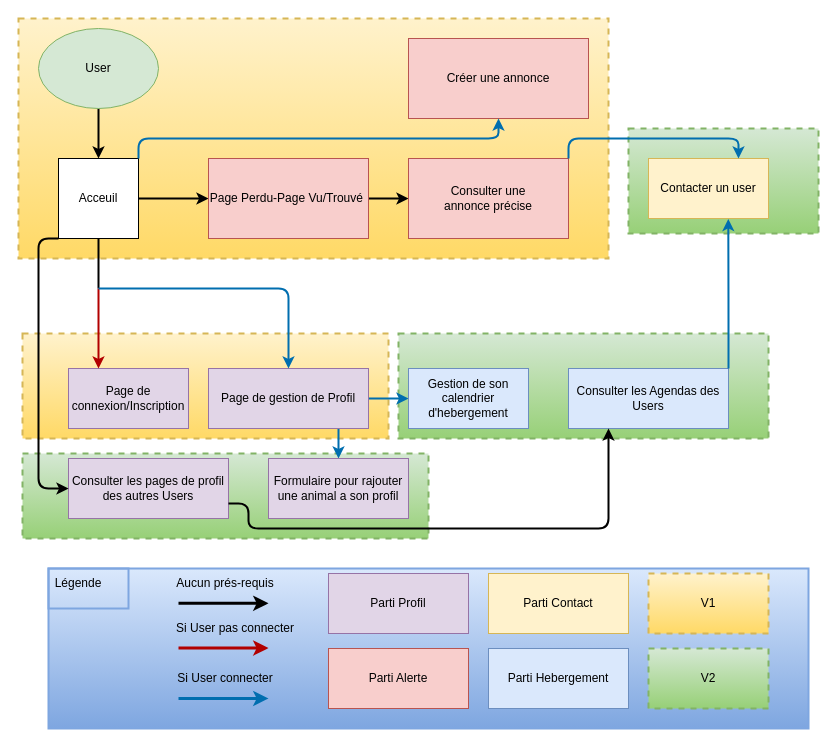
Before: assets/Untitled Diagram.drawio in herbetelem/Projet-3, a draw.io diagram. Source tidied: cells renumbered, new cells numbered last; positions are measured from the earlier drawing's top-left corner, leaving out a move shared by most shapes. Both pictures are drawn from the tidied source at 100%, with x=0, y=0 at pixel (18, 18).
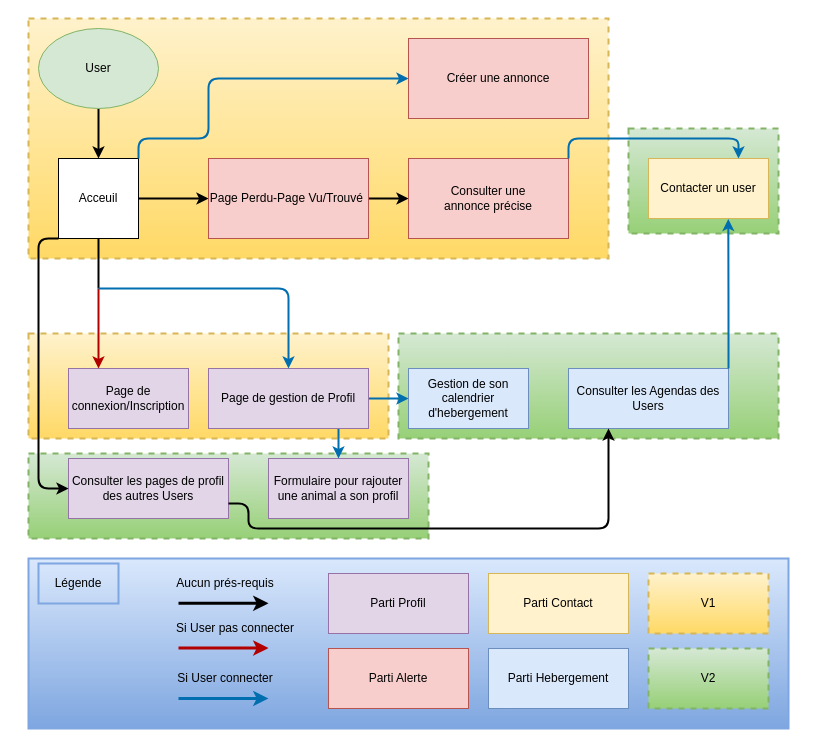
The same page after the edit.

The change refers to these unchanged cells:
```xml
<mxCell id="11" value="Acceuil" style="whiteSpace=wrap;html=1;" parent="1" vertex="1">
  <mxGeometry x="40" y="140" width="80" height="80" as="geometry" />
</mxCell>
<mxCell id="14" value="&lt;span&gt;Créer une annonce&lt;/span&gt;" style="rounded=0;whiteSpace=wrap;html=1;fillColor=#f8cecc;strokeColor=#b85450;" parent="1" vertex="1">
  <mxGeometry x="390" y="20" width="180" height="80" as="geometry" />
</mxCell>
```

Change to the diagram source:
```diff
@@
     <mxCell id="2" style="rounded=0;whiteSpace=wrap;html=1;strokeWidth=2;dashed=1;gradientColor=#97d077;fillColor=#d5e8d4;strokeColor=#82b366;" parent="1" vertex="1">
-      <mxGeometry x="610" y="110" width="190" height="105" as="geometry" />
+      <mxGeometry x="610" y="110" width="150" height="105" as="geometry" />
     </mxCell>
     <mxCell id="3" style="rounded=0;whiteSpace=wrap;html=1;strokeWidth=2;fillColor=#dae8fc;gradientColor=#7ea6e0;strokeColor=#7EA6E0;" parent="1" vertex="1">
-      <mxGeometry x="30" y="550" width="760" height="160" as="geometry" />
+      <mxGeometry x="10" y="540" width="760" height="170" as="geometry" />
     </mxCell>
     <mxCell id="4" style="rounded=0;whiteSpace=wrap;html=1;strokeWidth=2;dashed=1;gradientColor=#97d077;fillColor=#d5e8d4;strokeColor=#82b366;" parent="1" vertex="1">
-      <mxGeometry x="4" y="435" width="406" height="85" as="geometry" />
+      <mxGeometry x="10" y="435" width="400" height="85" as="geometry" />
     </mxCell>
     <mxCell id="5" style="rounded=0;whiteSpace=wrap;html=1;strokeWidth=2;dashed=1;gradientColor=#97d077;fillColor=#d5e8d4;strokeColor=#82b366;" parent="1" vertex="1">
-      <mxGeometry x="380" y="315" width="370" height="105" as="geometry" />
+      <mxGeometry x="380" y="315" width="380" height="105" as="geometry" />
     </mxCell>
     <mxCell id="6" style="rounded=0;whiteSpace=wrap;html=1;strokeWidth=2;dashed=1;gradientColor=#ffd966;fillColor=#fff2cc;strokeColor=#d6b656;" parent="1" vertex="1">
-      <mxGeometry x="4" y="315" width="366" height="105" as="geometry" />
+      <mxGeometry x="10" y="315" width="360" height="105" as="geometry" />
     </mxCell>
     <mxCell id="7" style="rounded=0;whiteSpace=wrap;html=1;strokeWidth=2;dashed=1;gradientColor=#ffd966;fillColor=#fff2cc;strokeColor=#d6b656;" parent="1" vertex="1">
-      <mxGeometry width="590" height="240" as="geometry" />
+      <mxGeometry x="10" width="580" height="240" as="geometry" />
     </mxCell>
@@
-    <mxCell id="15" style="endArrow=classic;html=1;exitX=1;exitY=0;exitDx=0;exitDy=0;strokeWidth=2;fillColor=#1ba1e2;strokeColor=#006EAF;" parent="1" edge="1" source="11">
+    <mxCell id="15" style="endArrow=classic;html=1;exitX=1;exitY=0;exitDx=0;exitDy=0;strokeWidth=2;fillColor=#1ba1e2;strokeColor=#006EAF;entryX=0;entryY=0.5;entryDx=0;entryDy=0;" parent="1" edge="1" source="11" target="14">
       <mxGeometry relative="1" as="geometry">
-        <mxPoint x="480" y="100" as="targetPoint" />
         <Array as="points">
           <mxPoint x="120" y="120" />
-          <mxPoint x="480" y="120" />
+          <mxPoint x="190" y="120" />
+          <mxPoint x="190" y="60" />
         </Array>
       </mxGeometry>
     </mxCell>
@@
     <mxCell id="33" style="rounded=0;whiteSpace=wrap;html=1;strokeWidth=2;fillColor=none;gradientColor=none;strokeColor=#7EA6E0;" parent="1" vertex="1">
-      <mxGeometry x="30" y="550" width="80" height="40" as="geometry" />
+      <mxGeometry x="20" y="545" width="80" height="40" as="geometry" />
     </mxCell>
```
